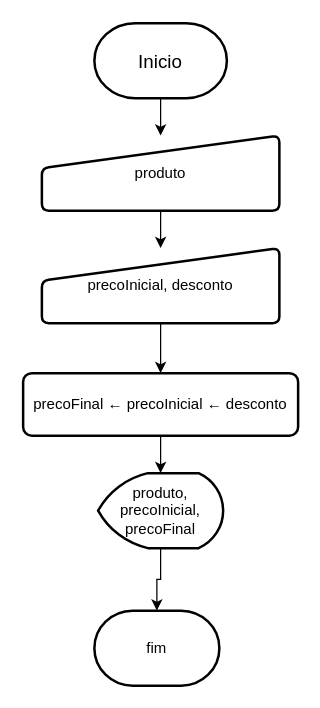
Above: Diagrama sem nome.drawio in Samuel150974/meu-site (draw.io), before the change. Source tidied: cells renumbered, new cells numbered last; positions are measured from the earlier drawing's top-left corner, leaving out a move shared by most shapes. Both pictures are drawn from the tidied source at 125%, with x=0, y=0 at pixel (22, 22).
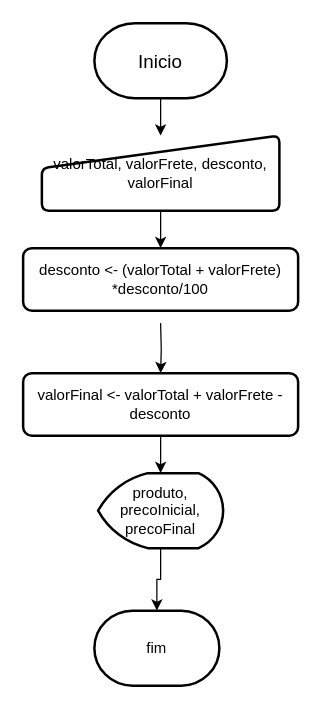
Above is the later version.

Commit message:
fluxograma exercicio 16/06

The edit, as a diff of the source:
```diff
@@
 <mxGraphModel>
   <root>
     <mxCell id="0" />
     <mxCell id="1" parent="0" />
     <mxCell id="2" style="edgeStyle=orthogonalEdgeStyle;rounded=0;jettySize=auto;html=1;" parent="1" edge="1" source="3" target="5">
       <mxGeometry relative="1" as="geometry" />
     </mxCell>
     <mxCell id="3" value="&lt;font style=&quot;font-size: 15px;&quot;&gt;Inicio&lt;/font&gt;" style="strokeWidth=2;html=1;shape=mxgraph.flowchart.terminator;whiteSpace=wrap;" parent="1" vertex="1">
       <mxGeometry x="57" width="106" height="60" as="geometry" />
     </mxCell>
-    <mxCell id="4" style="edgeStyle=orthogonalEdgeStyle;rounded=0;jettySize=auto;html=1;" parent="1" edge="1" source="5" target="7">
-      <mxGeometry relative="1" as="geometry" />
+    <mxCell id="4" style="edgeStyle=orthogonalEdgeStyle;rounded=0;jettySize=auto;html=1;" parent="1" edge="1" source="5">
+      <mxGeometry relative="1" as="geometry">
+        <mxPoint x="110" y="180" as="targetPoint" />
+      </mxGeometry>
     </mxCell>
-    <mxCell id="5" value="produto" style="html=1;strokeWidth=2;shape=manualInput;boundedLbl=1;whiteSpace=wrap;rounded=1;size=26;arcSize=11;" parent="1" vertex="1">
+    <mxCell id="5" value="valorTotal, valorFrete, desconto,&lt;div&gt;valorFinal&lt;/div&gt;" style="html=1;strokeWidth=2;shape=manualInput;boundedLbl=1;whiteSpace=wrap;rounded=1;size=26;arcSize=11;" parent="1" vertex="1">
       <mxGeometry x="15" y="90" width="190" height="60" as="geometry" />
     </mxCell>
-    <mxCell id="6" style="edgeStyle=orthogonalEdgeStyle;rounded=0;jettySize=auto;html=1;" parent="1" edge="1" source="7" target="9">
-      <mxGeometry relative="1" as="geometry" />
+    <mxCell id="6" style="edgeStyle=orthogonalEdgeStyle;rounded=0;jettySize=auto;html=1;" parent="1" edge="1" target="9">
+      <mxGeometry relative="1" as="geometry">
+        <mxPoint x="110" y="240" as="sourcePoint" />
+      </mxGeometry>
     </mxCell>
-    <mxCell id="7" value="precoInicial, desconto" style="html=1;strokeWidth=2;shape=manualInput;boundedLbl=1;whiteSpace=wrap;rounded=1;size=26;arcSize=11;" parent="1" vertex="1">
-      <mxGeometry x="15" y="180" width="190" height="60" as="geometry" />
-    </mxCell>
     <mxCell id="8" style="edgeStyle=orthogonalEdgeStyle;rounded=0;jettySize=auto;html=1;" parent="1" edge="1" source="9" target="11">
       <mxGeometry relative="1" as="geometry" />
     </mxCell>
-    <mxCell id="9" value="precoFinal ← precoInicial ← desconto" style="rounded=1;whiteSpace=wrap;html=1;absoluteArcSize=1;arcSize=14;strokeWidth=2;" parent="1" vertex="1">
+    <mxCell id="9" value="valorFinal &amp;lt;- valorTotal + valorFrete - desconto" style="rounded=1;whiteSpace=wrap;html=1;absoluteArcSize=1;arcSize=14;strokeWidth=2;" parent="1" vertex="1">
       <mxGeometry y="280" width="220" height="50" as="geometry" />
     </mxCell>
     <mxCell id="10" style="edgeStyle=orthogonalEdgeStyle;rounded=0;jettySize=auto;html=1;" parent="1" edge="1" source="11" target="12">
       <mxGeometry relative="1" as="geometry" />
     </mxCell>
     <mxCell id="11" value="produto, precoInicial,&lt;div&gt;precoFinal&lt;/div&gt;" style="strokeWidth=2;html=1;shape=mxgraph.flowchart.display;whiteSpace=wrap;" parent="1" vertex="1">
       <mxGeometry x="60" y="360" width="100" height="60" as="geometry" />
     </mxCell>
     <mxCell id="12" value="fim" style="strokeWidth=2;html=1;shape=mxgraph.flowchart.terminator;whiteSpace=wrap;" parent="1" vertex="1">
       <mxGeometry x="57" y="470" width="100" height="60" as="geometry" />
     </mxCell>
+    <mxCell id="13" value="desconto &amp;lt;- (valorTotal + valorFrete) *desconto/100" style="rounded=1;whiteSpace=wrap;html=1;absoluteArcSize=1;arcSize=14;strokeWidth=2;" parent="1" vertex="1">
+      <mxGeometry y="180" width="220" height="50" as="geometry" />
+    </mxCell>
   </root>
 </mxGraphModel>
```
